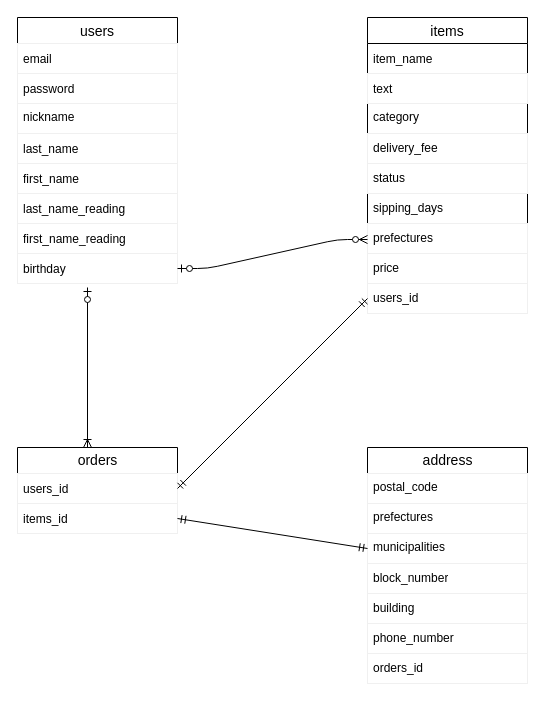
This is furima.drawio from kou2911/furima-36500, a draw.io file, before an edit. Source tidied: cells renumbered, new cells numbered last; positions are measured from the earlier drawing's top-left corner, leaving out a move shared by most shapes. Both pictures are drawn from the tidied source at 100%, with x=0, y=0 at pixel (17, 17).
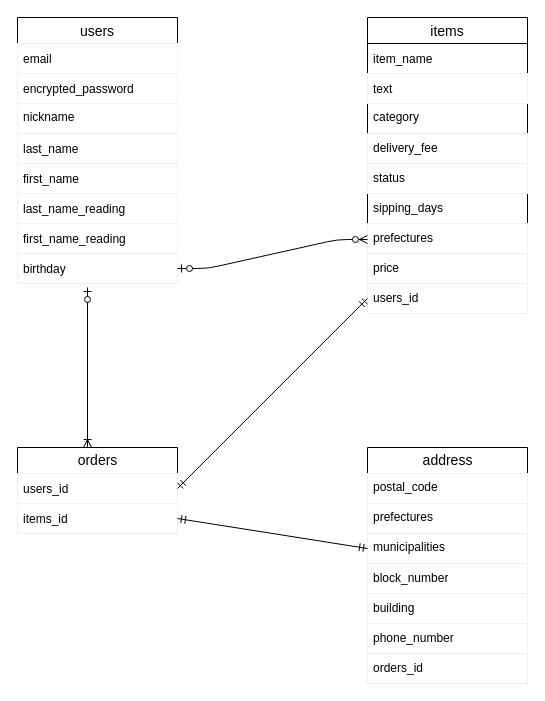
The same diagram, later.

The change refers to these unchanged cells:
```xml
<mxCell id="2" value="users" style="swimlane;fontStyle=0;horizontal=1;startSize=26;align=center;fontSize=14;" parent="1" vertex="1">
  <mxGeometry width="160" height="266" as="geometry" />
</mxCell>
```

Diff of the diagram source:
```diff
@@
-    <mxCell id="4" value="password" style="text;fillColor=none;spacingLeft=4;spacingRight=4;overflow=hidden;fontSize=12;verticalAlign=middle;strokeColor=#f0f0f0;" parent="2" vertex="1">
+    <mxCell id="4" value="encrypted_password" style="text;fillColor=none;spacingLeft=4;spacingRight=4;overflow=hidden;fontSize=12;verticalAlign=middle;strokeColor=#f0f0f0;" parent="2" vertex="1">
       <mxGeometry y="56" width="160" height="30" as="geometry" />
     </mxCell>
```
